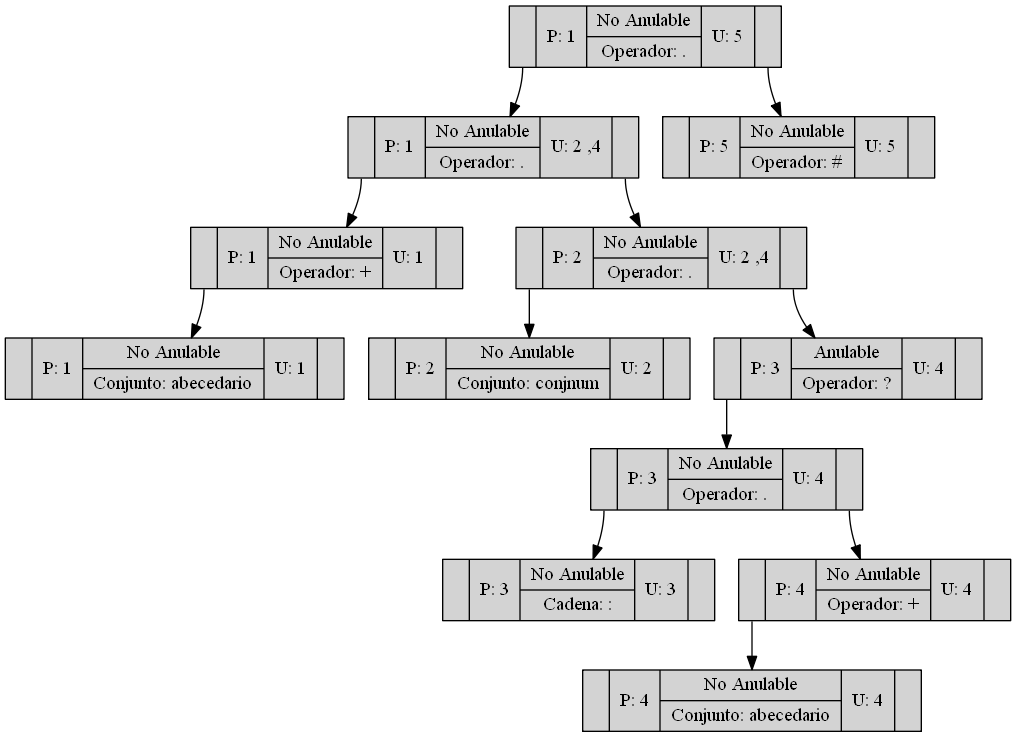
Before: OLC1_Practica1_201701133/Arbol1.png, a diagram exported from Graphviz (SelvinLP/-OLC1-Practica1_201701133). Its source is kept beside it as OLC1_Practica1_201701133/Arbol1.dot.
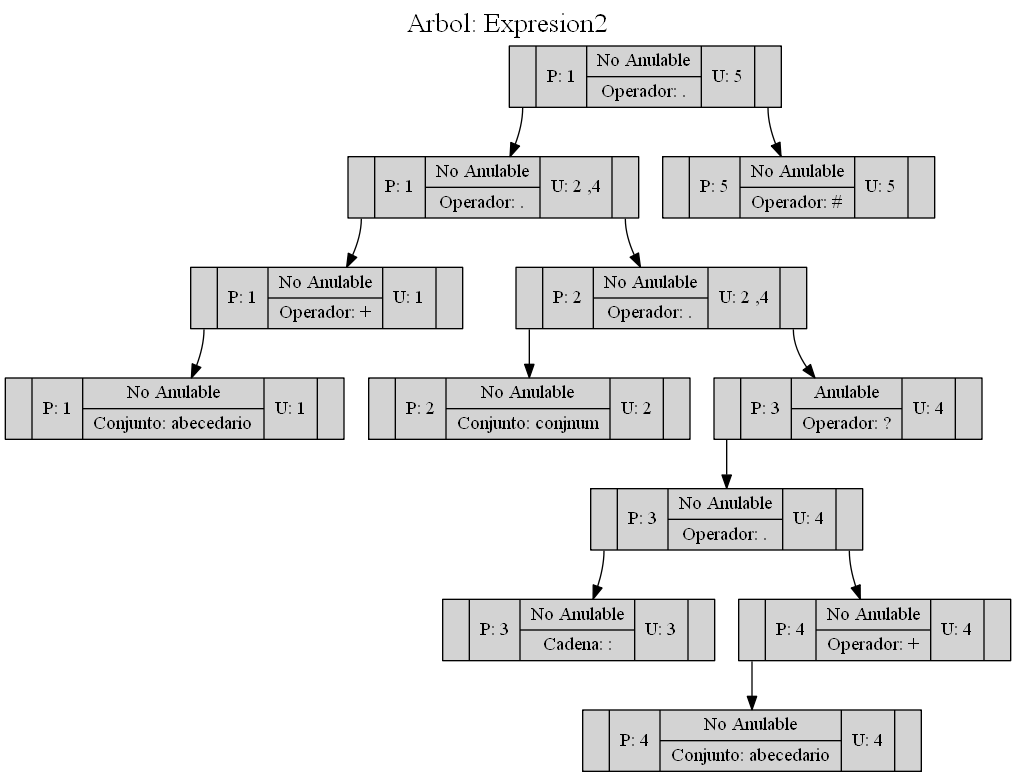
After the change.

Change to the diagram source:
```diff
@@ -1,5 +1,5 @@
 digraph ARBOL {
-rankdir=TB
+graph [label="Arbol: Expresion2", labelloc=t, fontsize=20]; rankdir=TB
 node[shape=record,style=filled]
 "0"[label ="<C0>|P: 1|{<C1>No Anulable|Operador: \.}|U: 5|<C2>"];
 "2"[label ="<C0>|P: 1|{<C1>No Anulable|Operador: \.}|U: 2 ,4|<C2>"];
```
